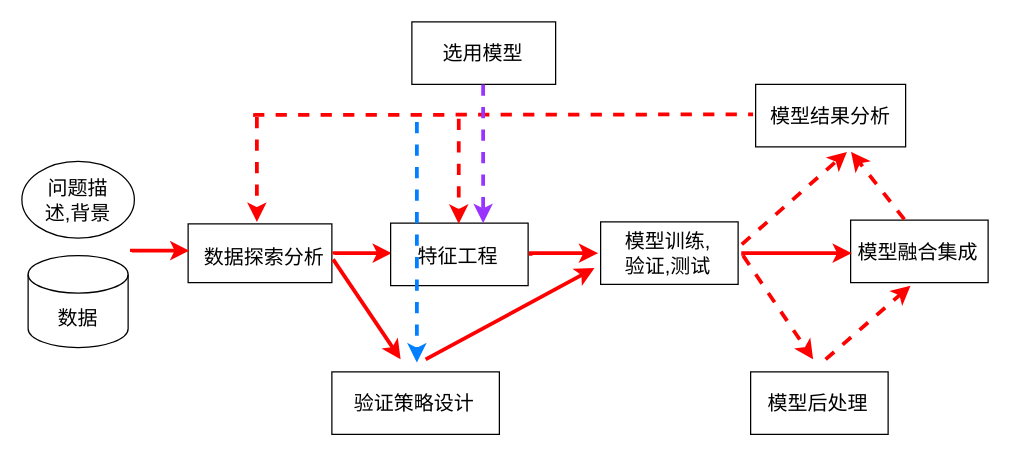
dayeren/Data-Science-Practice-from-Data-Competitions keeps this draw.io diagram as Overall_Relation.drawio. Above is the earlier version. Source tidied: cells renumbered, new cells numbered last; positions are measured from the earlier drawing's top-left corner, leaving out a move shared by most shapes. Both pictures are drawn from the tidied source at 125%, with x=0, y=0 at pixel (21, 21).
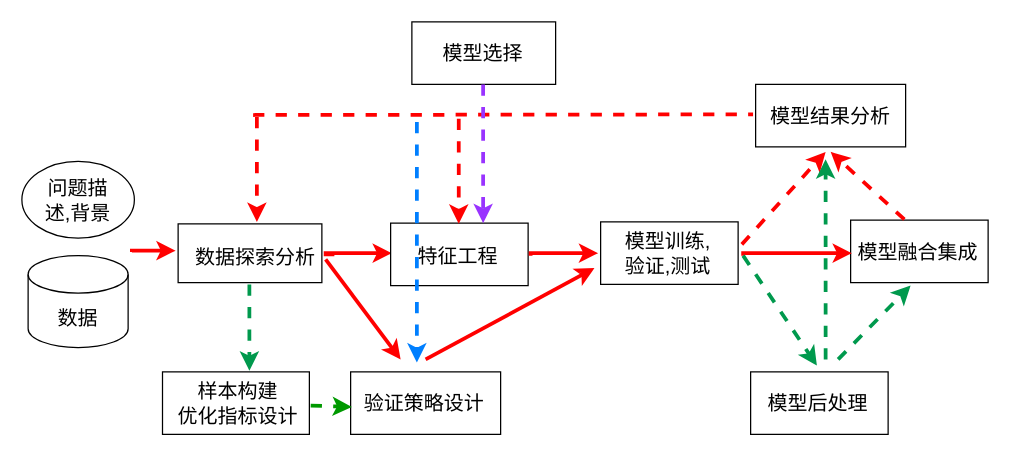
Above is the later version.

The change refers to these unchanged cells:
```xml
<mxCell id="11" style="verticalLabelPosition=bottom;verticalAlign=top;html=1;shape=mxgraph.basic.rect;fillColor2=none;strokeWidth=1;size=20;indent=5;" parent="1" vertex="1">
  <mxGeometry x="463" y="160" width="110" height="50" as="geometry" />
</mxCell>
<mxCell id="13" style="verticalLabelPosition=bottom;verticalAlign=top;html=1;shape=mxgraph.basic.rect;fillColor2=none;strokeWidth=1;size=20;indent=5;" parent="1" vertex="1">
  <mxGeometry x="663" y="158.5" width="110" height="50" as="geometry" />
</mxCell>
<mxCell id="15" style="verticalLabelPosition=bottom;verticalAlign=top;html=1;shape=mxgraph.basic.rect;fillColor2=none;strokeWidth=1;size=20;indent=5;" parent="1" vertex="1">
  <mxGeometry x="587" y="50" width="120" height="50" as="geometry" />
</mxCell>
<mxCell id="17" style="verticalLabelPosition=bottom;verticalAlign=top;html=1;shape=mxgraph.basic.rect;fillColor2=none;strokeWidth=1;size=20;indent=5;" parent="1" vertex="1">
  <mxGeometry x="583" y="280" width="110" height="50" as="geometry" />
</mxCell>
```

Change to the diagram source:
```diff
@@
     <mxCell id="2" style="verticalLabelPosition=bottom;verticalAlign=top;html=1;shape=mxgraph.basic.rect;fillColor2=none;strokeWidth=1;size=20;indent=5;" parent="1" vertex="1">
-      <mxGeometry x="133" y="161.5" width="115" height="47" as="geometry" />
+      <mxGeometry x="125" y="161.5" width="115" height="47" as="geometry" />
     </mxCell>
@@
     <mxCell id="4" style="edgeStyle=orthogonalEdgeStyle;rounded=0;orthogonalLoop=1;jettySize=auto;html=1;strokeWidth=3;strokeColor=#FF0000;" parent="1" edge="1">
       <mxGeometry relative="1" as="geometry">
         <mxPoint x="250" y="186" as="sourcePoint" />
         <mxPoint x="296" y="185" as="targetPoint" />
         <Array as="points">
-          <mxPoint x="269" y="185" />
-          <mxPoint x="269" y="185" />
+          <mxPoint x="243" y="186" />
+          <mxPoint x="243" y="185" />
         </Array>
       </mxGeometry>
     </mxCell>
     <mxCell id="5" value="&lt;font style=&quot;font-size: 16px&quot;&gt;数据探索分析&lt;/font&gt;" style="text;html=1;strokeColor=none;fillColor=none;align=center;verticalAlign=middle;whiteSpace=wrap;rounded=0;" parent="1" vertex="1">
-      <mxGeometry x="144" y="177.5" width="100" height="20" as="geometry" />
+      <mxGeometry x="137" y="177.5" width="100" height="20" as="geometry" />
     </mxCell>
@@
     <mxCell id="9" style="verticalLabelPosition=bottom;verticalAlign=top;html=1;shape=mxgraph.basic.rect;fillColor2=none;strokeWidth=1;size=20;indent=5;" parent="1" vertex="1">
-      <mxGeometry x="248" y="280" width="134" height="50" as="geometry" />
+      <mxGeometry x="263" y="280" width="120" height="50" as="geometry" />
     </mxCell>
     <mxCell id="10" value="&lt;span style=&quot;font-size: 16px&quot;&gt;验证策略设计&lt;/span&gt;" style="text;html=1;strokeColor=none;fillColor=none;align=center;verticalAlign=middle;whiteSpace=wrap;rounded=0;" parent="1" vertex="1">
-      <mxGeometry x="264" y="295" width="100" height="20" as="geometry" />
+      <mxGeometry x="272" y="295" width="100" height="20" as="geometry" />
     </mxCell>
@@
     <mxCell id="23" style="edgeStyle=orthogonalEdgeStyle;rounded=0;orthogonalLoop=1;jettySize=auto;html=1;strokeWidth=3;strokeColor=#FF0000;" parent="1" edge="1">
       <mxGeometry relative="1" as="geometry">
         <mxPoint x="88" y="184" as="sourcePoint" />
-        <mxPoint x="134" y="183" as="targetPoint" />
+        <mxPoint x="123" y="183" as="targetPoint" />
         <Array as="points">
           <mxPoint x="88" y="183" />
         </Array>
       </mxGeometry>
     </mxCell>
     <mxCell id="24" style="endArrow=classic;html=1;strokeColor=#FF0000;strokeWidth=3;" parent="1" edge="1">
       <mxGeometry relative="1" as="geometry">
-        <mxPoint x="249" y="190" as="sourcePoint" />
+        <mxPoint x="243" y="190" as="sourcePoint" />
         <mxPoint x="303" y="270" as="targetPoint" />
       </mxGeometry>
     </mxCell>
@@
-    <mxCell id="26" style="endArrow=classic;html=1;strokeColor=#FF0000;strokeWidth=3;dashed=1;" parent="1" edge="1">
+    <mxCell id="26" style="endArrow=classic;html=1;strokeWidth=3;dashed=1;strokeColor=#00994D;entryX=0.482;entryY=-0.1;entryDx=0;entryDy=0;entryPerimeter=0;" parent="1" edge="1" target="17">
       <mxGeometry relative="1" as="geometry">
         <mxPoint x="577" y="187" as="sourcePoint" />
-        <mxPoint x="633" y="270" as="targetPoint" />
       </mxGeometry>
     </mxCell>
-    <mxCell id="27" style="endArrow=classic;html=1;strokeColor=#FF0000;strokeWidth=3;entryX=0.436;entryY=1.05;entryDx=0;entryDy=0;entryPerimeter=0;dashed=1;" parent="1" edge="1" target="13">
+    <mxCell id="27" style="endArrow=classic;html=1;strokeWidth=3;entryX=0.436;entryY=1.05;entryDx=0;entryDy=0;entryPerimeter=0;dashed=1;strokeColor=#00994D;" parent="1" edge="1" target="13">
       <mxGeometry relative="1" as="geometry">
-        <mxPoint x="643" y="270" as="sourcePoint" />
+        <mxPoint x="653" y="270" as="sourcePoint" />
       </mxGeometry>
     </mxCell>
-    <mxCell id="28" style="endArrow=classic;html=1;strokeColor=#FF0000;strokeWidth=3;dashed=1;exitX=1.027;exitY=0.36;exitDx=0;exitDy=0;exitPerimeter=0;entryX=0.609;entryY=1.08;entryDx=0;entryDy=0;entryPerimeter=0;" parent="1" edge="1" source="11" target="15">
-      <mxGeometry relative="1" as="geometry" />
+    <mxCell id="28" style="endArrow=classic;html=1;strokeColor=#FF0000;strokeWidth=3;dashed=1;exitX=1.027;exitY=0.36;exitDx=0;exitDy=0;exitPerimeter=0;" parent="1" edge="1" source="11">
+      <mxGeometry relative="1" as="geometry">
+        <mxPoint x="643" y="104" as="targetPoint" />
+      </mxGeometry>
     </mxCell>
-    <mxCell id="29" style="endArrow=classic;html=1;strokeColor=#FF0000;strokeWidth=3;dashed=1;entryX=0.636;entryY=1.08;entryDx=0;entryDy=0;entryPerimeter=0;exitX=0.391;exitY=-0.01;exitDx=0;exitDy=0;exitPerimeter=0;" parent="1" edge="1" source="13" target="15">
-      <mxGeometry relative="1" as="geometry" />
+    <mxCell id="29" style="endArrow=classic;html=1;strokeColor=#FF0000;strokeWidth=3;dashed=1;exitX=0.391;exitY=-0.01;exitDx=0;exitDy=0;exitPerimeter=0;" parent="1" edge="1" source="13">
+      <mxGeometry relative="1" as="geometry">
+        <mxPoint x="647" y="104" as="targetPoint" />
+      </mxGeometry>
     </mxCell>
@@
-    <mxCell id="35" value="&lt;span style=&quot;font-size: 16px&quot;&gt;选用模型&lt;/span&gt;" style="text;html=1;strokeColor=none;fillColor=none;align=center;verticalAlign=middle;whiteSpace=wrap;rounded=0;" parent="1" vertex="1">
+    <mxCell id="35" value="&lt;span style=&quot;font-size: 16px&quot;&gt;模型选择&lt;/span&gt;" style="text;html=1;strokeColor=none;fillColor=none;align=center;verticalAlign=middle;whiteSpace=wrap;rounded=0;" parent="1" vertex="1">
       <mxGeometry x="319" y="15" width="100" height="20" as="geometry" />
     </mxCell>
@@
+    <mxCell id="37" style="verticalLabelPosition=bottom;verticalAlign=top;html=1;shape=mxgraph.basic.rect;fillColor2=none;strokeWidth=1;size=20;indent=5;" parent="1" vertex="1">
+      <mxGeometry x="112.5" y="280" width="117.5" height="50" as="geometry" />
+    </mxCell>
+    <mxCell id="38" value="&lt;span style=&quot;font-size: 16px&quot;&gt;样本构建&lt;br&gt;优化指标设计&lt;br&gt;&lt;/span&gt;" style="text;html=1;strokeColor=none;fillColor=none;align=center;verticalAlign=middle;whiteSpace=wrap;rounded=0;" parent="1" vertex="1">
+      <mxGeometry x="123" y="295" width="100" height="20" as="geometry" />
+    </mxCell>
+    <mxCell id="39" style="endArrow=classic;html=1;strokeWidth=3;dashed=1;strokeColor=#00994D;" parent="1" edge="1">
+      <mxGeometry relative="1" as="geometry">
+        <mxPoint x="182" y="210" as="sourcePoint" />
+        <mxPoint x="182" y="279" as="targetPoint" />
+      </mxGeometry>
+    </mxCell>
+    <mxCell id="40" style="endArrow=classic;html=1;strokeWidth=3;dashed=1;exitX=1.009;exitY=0.54;exitDx=0;exitDy=0;exitPerimeter=0;strokeColor=#009900;" parent="1" edge="1" source="37">
+      <mxGeometry relative="1" as="geometry">
+        <mxPoint x="264" y="308" as="targetPoint" />
+      </mxGeometry>
+    </mxCell>
+    <mxCell id="41" style="endArrow=classic;html=1;strokeWidth=3;dashed=1;strokeColor=#00994D;" parent="1" edge="1">
+      <mxGeometry relative="1" as="geometry">
+        <mxPoint x="643" y="270" as="sourcePoint" />
+        <mxPoint x="643" y="110" as="targetPoint" />
+      </mxGeometry>
+    </mxCell>
```
